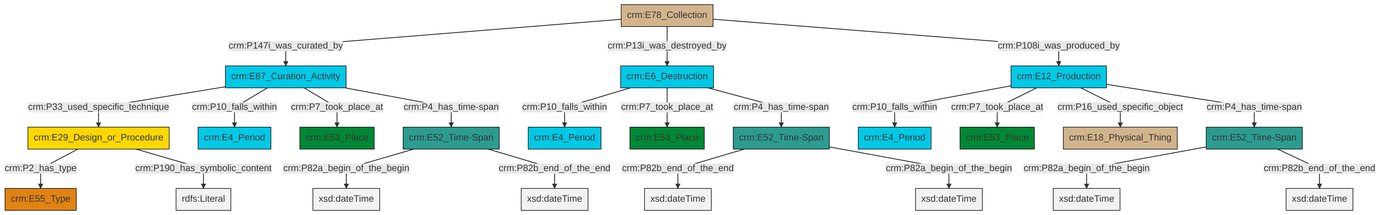
The Mermaid diagram et/archivalCSV/ttl/mmd/png/archival_existence.png in swiss-art-research-net/docs.swissartresearch, before a commit. Its source is kept beside it as et/archivalCSV/ttl/mmd/archival_existence.ttl.mmd.
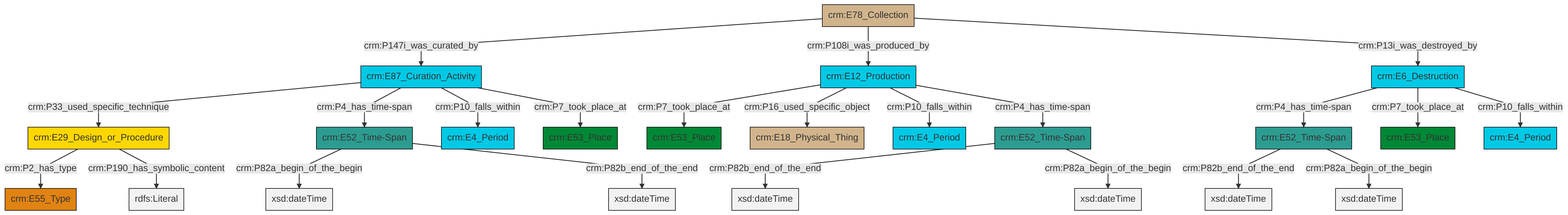
After the change.

Diff of the diagram source:
```diff
@@ -13,25 +13,25 @@
 classDef PC_Classes fill:#4ce600, stroke:#000000;
 classDef Multi fill:#cccccc,stroke:#000000;
 
-0["crm:E78_Collection"]:::Physical_Thing -->|crm:P147i_was_curated_by| 1["crm:E87_Curation_Activity"]:::Temporal_Entity
+0["crm:E12_Production"]:::Temporal_Entity -->|crm:P7_took_place_at| 1["crm:E53_Place"]:::Place
+2["crm:E6_Destruction"]:::Temporal_Entity -->|crm:P4_has_time-span| 3["crm:E52_Time-Span"]:::Time-Span
 4["crm:E52_Time-Span"]:::Time-Span -->|crm:P82b_end_of_the_end| 5[xsd:dateTime]:::Literal
-6["crm:E52_Time-Span"]:::Time-Span -->|crm:P82a_begin_of_the_begin| 7[xsd:dateTime]:::Literal
-8["crm:E6_Destruction"]:::Temporal_Entity -->|crm:P10_falls_within| 2["crm:E4_Period"]:::Temporal_Entity
-9["crm:E12_Production"]:::Temporal_Entity -->|crm:P10_falls_within| 10["crm:E4_Period"]:::Temporal_Entity
-11["crm:E52_Time-Span"]:::Time-Span -->|crm:P82a_begin_of_the_begin| 12[xsd:dateTime]:::Literal
-13["crm:E29_Design_or_Procedure"]:::Conceptual_Object -->|crm:P2_has_type| 14["crm:E55_Type"]:::Type
-11["crm:E52_Time-Span"]:::Time-Span -->|crm:P82b_end_of_the_end| 16[xsd:dateTime]:::Literal
-1["crm:E87_Curation_Activity"]:::Temporal_Entity -->|crm:P33_used_specific_technique| 13["crm:E29_Design_or_Procedure"]:::Conceptual_Object
-4["crm:E52_Time-Span"]:::Time-Span -->|crm:P82a_begin_of_the_begin| 17[xsd:dateTime]:::Literal
-9["crm:E12_Production"]:::Temporal_Entity -->|crm:P7_took_place_at| 19["crm:E53_Place"]:::Place
-9["crm:E12_Production"]:::Temporal_Entity -->|crm:P16_used_specific_object| 23["crm:E18_Physical_Thing"]:::Physical_Thing
-0["crm:E78_Collection"]:::Physical_Thing -->|crm:P13i_was_destroyed_by| 8["crm:E6_Destruction"]:::Temporal_Entity
-9["crm:E12_Production"]:::Temporal_Entity -->|crm:P4_has_time-span| 6["crm:E52_Time-Span"]:::Time-Span
-13["crm:E29_Design_or_Procedure"]:::Conceptual_Object -->|crm:P190_has_symbolic_content| 26[rdfs:Literal]:::Literal
-8["crm:E6_Destruction"]:::Temporal_Entity -->|crm:P7_took_place_at| 24["crm:E53_Place"]:::Place
-8["crm:E6_Destruction"]:::Temporal_Entity -->|crm:P4_has_time-span| 4["crm:E52_Time-Span"]:::Time-Span
-1["crm:E87_Curation_Activity"]:::Temporal_Entity -->|crm:P10_falls_within| 27["crm:E4_Period"]:::Temporal_Entity
-1["crm:E87_Curation_Activity"]:::Temporal_Entity -->|crm:P7_took_place_at| 30["crm:E53_Place"]:::Place
-6["crm:E52_Time-Span"]:::Time-Span -->|crm:P82b_end_of_the_end| 36[xsd:dateTime]:::Literal
-1["crm:E87_Curation_Activity"]:::Temporal_Entity -->|crm:P4_has_time-span| 11["crm:E52_Time-Span"]:::Time-Span
-0["crm:E78_Collection"]:::Physical_Thing -->|crm:P108i_was_produced_by| 9["crm:E12_Production"]:::Temporal_Entity
+6["crm:E87_Curation_Activity"]:::Temporal_Entity -->|crm:P33_used_specific_technique| 7["crm:E29_Design_or_Procedure"]:::Conceptual_Object
+8["crm:E52_Time-Span"]:::Time-Span -->|crm:P82a_begin_of_the_begin| 9[xsd:dateTime]:::Literal
+7["crm:E29_Design_or_Procedure"]:::Conceptual_Object -->|crm:P2_has_type| 12["crm:E55_Type"]:::Type
+6["crm:E87_Curation_Activity"]:::Temporal_Entity -->|crm:P4_has_time-span| 8["crm:E52_Time-Span"]:::Time-Span
+14["crm:E78_Collection"]:::Physical_Thing -->|crm:P147i_was_curated_by| 6["crm:E87_Curation_Activity"]:::Temporal_Entity
+3["crm:E52_Time-Span"]:::Time-Span -->|crm:P82b_end_of_the_end| 15[xsd:dateTime]:::Literal
+6["crm:E87_Curation_Activity"]:::Temporal_Entity -->|crm:P10_falls_within| 16["crm:E4_Period"]:::Temporal_Entity
+14["crm:E78_Collection"]:::Physical_Thing -->|crm:P108i_was_produced_by| 0["crm:E12_Production"]:::Temporal_Entity
+14["crm:E78_Collection"]:::Physical_Thing -->|crm:P13i_was_destroyed_by| 2["crm:E6_Destruction"]:::Temporal_Entity
+2["crm:E6_Destruction"]:::Temporal_Entity -->|crm:P7_took_place_at| 18["crm:E53_Place"]:::Place
+0["crm:E12_Production"]:::Temporal_Entity -->|crm:P16_used_specific_object| 22["crm:E18_Physical_Thing"]:::Physical_Thing
+7["crm:E29_Design_or_Procedure"]:::Conceptual_Object -->|crm:P190_has_symbolic_content| 26[rdfs:Literal]:::Literal
+0["crm:E12_Production"]:::Temporal_Entity -->|crm:P10_falls_within| 29["crm:E4_Period"]:::Temporal_Entity
+4["crm:E52_Time-Span"]:::Time-Span -->|crm:P82a_begin_of_the_begin| 33[xsd:dateTime]:::Literal
+0["crm:E12_Production"]:::Temporal_Entity -->|crm:P4_has_time-span| 4["crm:E52_Time-Span"]:::Time-Span
+6["crm:E87_Curation_Activity"]:::Temporal_Entity -->|crm:P7_took_place_at| 10["crm:E53_Place"]:::Place
+8["crm:E52_Time-Span"]:::Time-Span -->|crm:P82b_end_of_the_end| 35[xsd:dateTime]:::Literal
+2["crm:E6_Destruction"]:::Temporal_Entity -->|crm:P10_falls_within| 24["crm:E4_Period"]:::Temporal_Entity
+3["crm:E52_Time-Span"]:::Time-Span -->|crm:P82a_begin_of_the_begin| 36[xsd:dateTime]:::Literal
```
